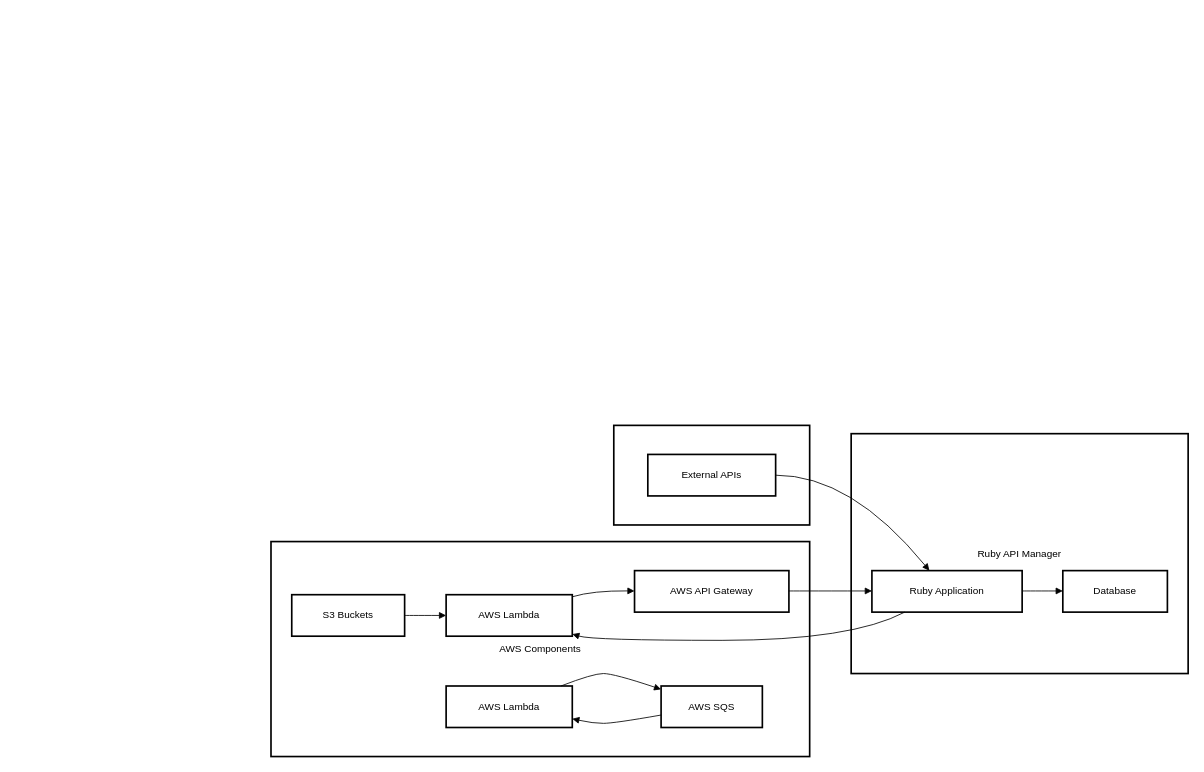
Before: Spacebyn-ms.drawio in rockeredy/rockeredy, a draw.io diagram. Source tidied: cells renumbered, new cells numbered last; positions are measured from the earlier drawing's top-left corner, leaving out a move shared by most shapes. Both pictures are drawn from the tidied source at 83%, with x=0, y=0 at pixel (271, 425).
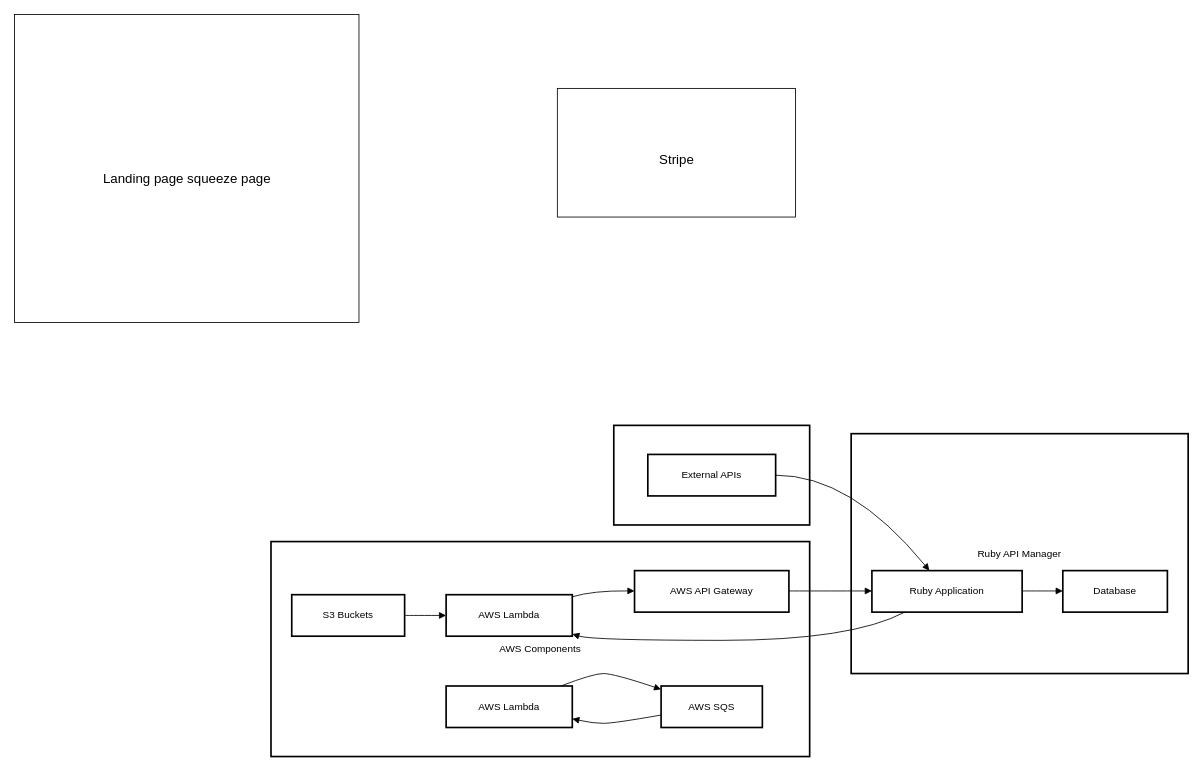
The same diagram, later.

Change to the diagram source:
```diff
@@
+    <mxCell id="21" style="rounded=0;whiteSpace=wrap;html=1;" parent="1" vertex="1">
+      <mxGeometry x="-309" y="-495" width="415" height="371" as="geometry" />
+    </mxCell>
+    <mxCell id="22" value="Landing page squeeze page" style="text;strokeColor=none;fillColor=none;html=1;align=center;verticalAlign=middle;whiteSpace=wrap;rounded=0;fontSize=16;" parent="1" vertex="1">
+      <mxGeometry x="-251.5" y="-367" width="300" height="139" as="geometry" />
+    </mxCell>
+    <mxCell id="23" style="rounded=0;whiteSpace=wrap;html=1;" parent="1" vertex="1">
+      <mxGeometry x="345" y="-406" width="287" height="155" as="geometry" />
+    </mxCell>
+    <mxCell id="24" value="Stripe" style="text;strokeColor=none;fillColor=none;html=1;align=center;verticalAlign=middle;whiteSpace=wrap;rounded=0;fontSize=16;" parent="1" vertex="1">
+      <mxGeometry x="374.5" y="-374" width="228" height="106.5" as="geometry" />
+    </mxCell>
```
